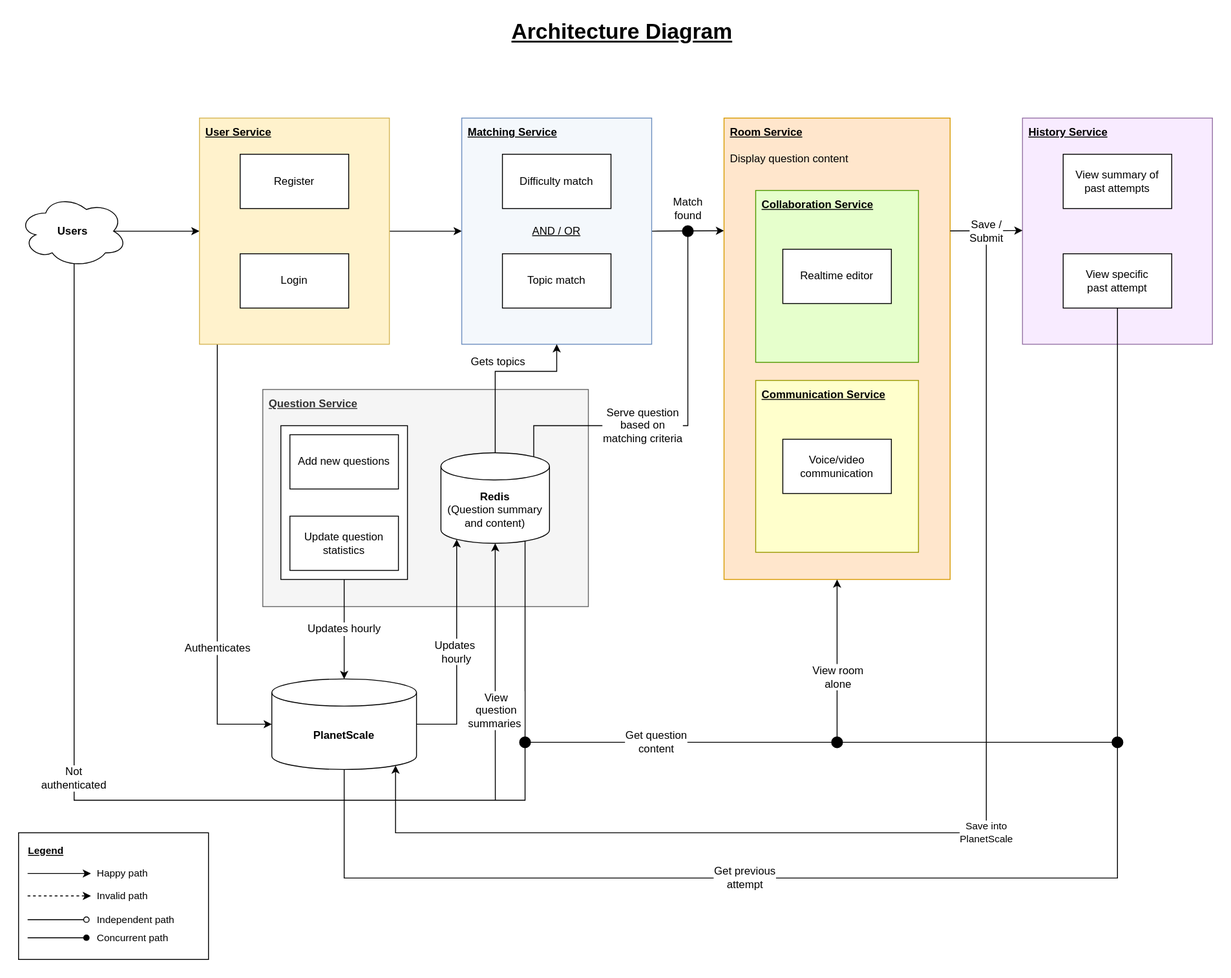
CS3219-AY2223S1/cs3219-project-ay2223s1-g42 keeps this draw.io diagram as docs/architecture.svg. Above is the earlier version. Source tidied: cells renumbered, new cells last; positions are measured from the earlier drawing's top-left corner, leaving out a move shared by most shapes.
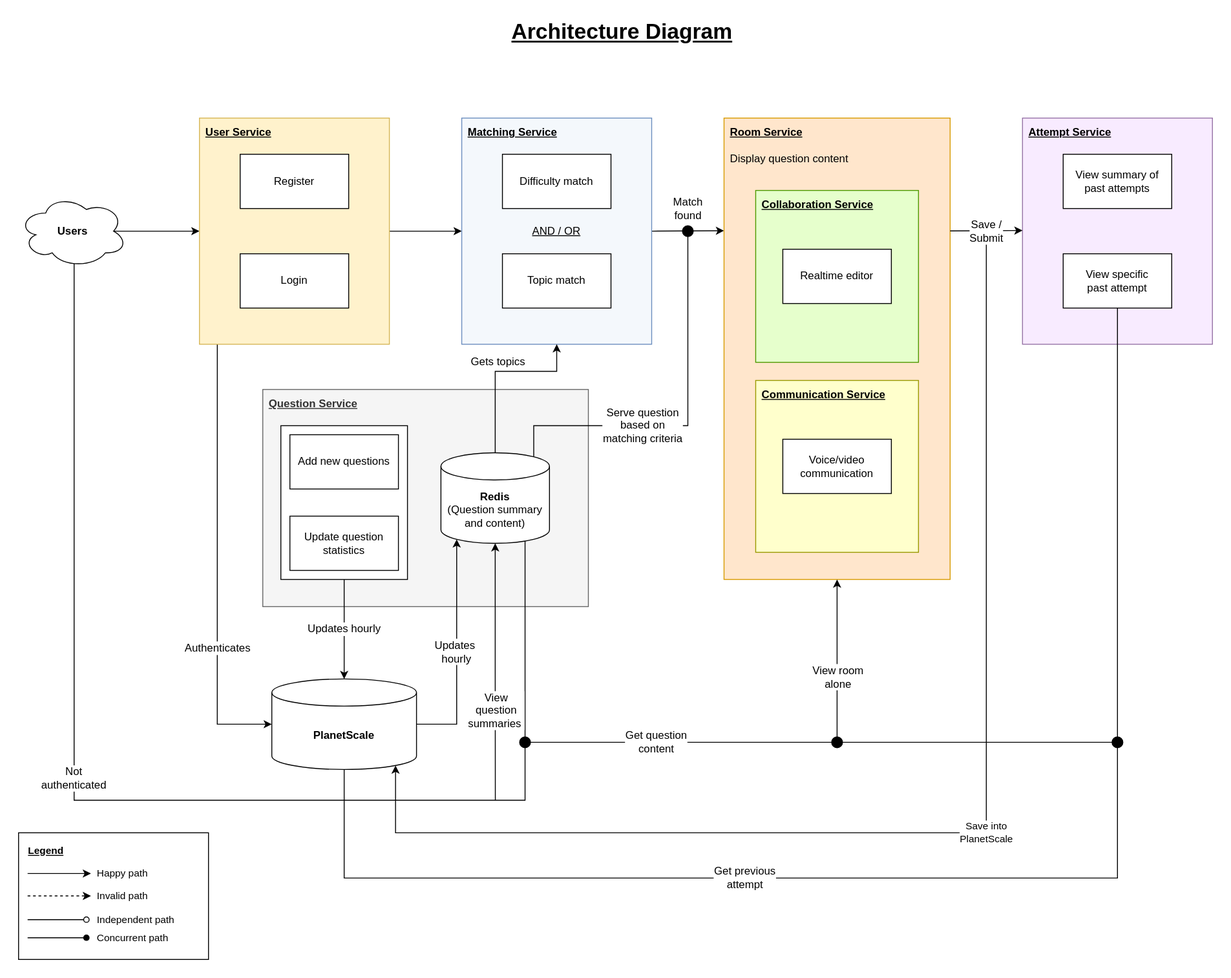
The same file after the commit.

Diff of the diagram source:
```diff
@@ -72,7 +72,7 @@
     <mxCell id="21" value="AND / OR" style="text;html=1;strokeColor=none;fillColor=none;align=center;verticalAlign=middle;whiteSpace=wrap;rounded=0;fontSize=12;fontStyle=4;" parent="1" vertex="1">
       <mxGeometry x="565" y="220" width="60" height="30" as="geometry" />
     </mxCell>
-    <mxCell id="22" value="&lt;u&gt;History Service&lt;/u&gt;" style="whiteSpace=wrap;html=1;align=left;verticalAlign=top;horizontal=1;spacingLeft=5;spacingTop=2;fontStyle=1;fillColor=#F8EBFF;strokeColor=#9673a6;" parent="1" vertex="1">
+    <mxCell id="22" value="&lt;u&gt;Attempt Service&lt;/u&gt;" style="whiteSpace=wrap;html=1;align=left;verticalAlign=top;horizontal=1;spacingLeft=5;spacingTop=2;fontStyle=1;fillColor=#F8EBFF;strokeColor=#9673a6;" parent="1" vertex="1">
       <mxGeometry x="1110" y="110" width="210" height="250" as="geometry" />
     </mxCell>
     <mxCell id="23" style="edgeStyle=orthogonalEdgeStyle;rounded=0;html=1;labelBackgroundColor=default;labelBorderColor=none;fontSize=12;startArrow=none;startFill=0;endArrow=oval;endFill=1;endSize=12;elbow=vertical;" parent="1" edge="1" source="26">
```
